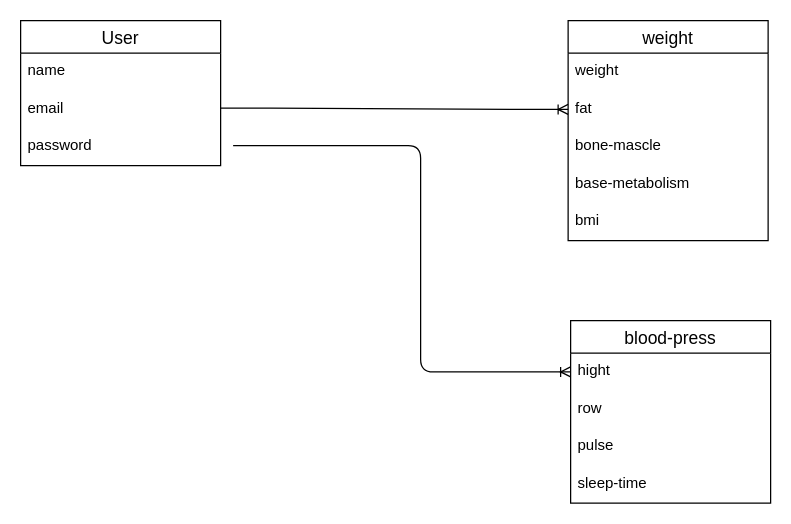
This is ER.dio from shb1204st/weight-blood_press, a draw.io file, before an edit. Source tidied: cells renumbered, new cells numbered last; positions are measured from the earlier drawing's top-left corner, leaving out a move shared by most shapes. Both pictures are drawn from the tidied source at 125%, with x=0, y=0 at pixel (20, 20).
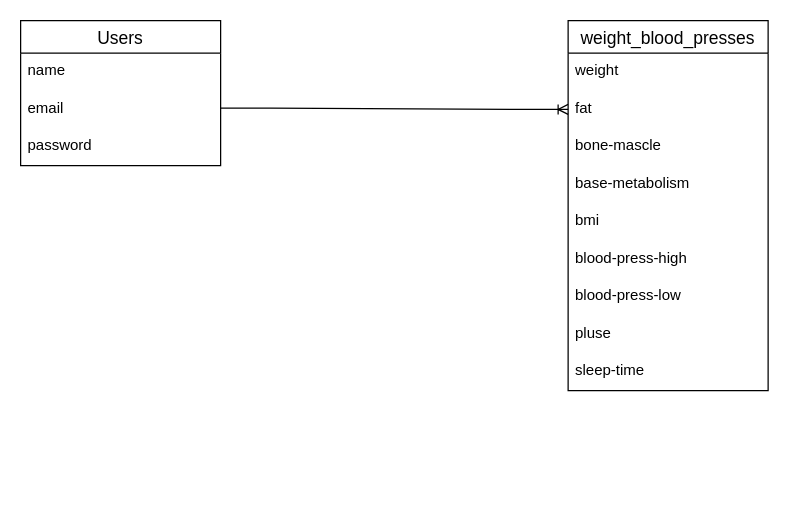
The same diagram, later.

What changed in the source:
```diff
@@
-    <mxCell id="2" value="User" style="swimlane;fontStyle=0;horizontal=1;startSize=26;align=center;fontSize=14;" parent="1" vertex="1">
+    <mxCell id="2" value="Users" style="swimlane;fontStyle=0;horizontal=1;startSize=26;align=center;fontSize=14;" parent="1" vertex="1">
       <mxGeometry width="160" height="116" as="geometry" />
     </mxCell>
@@
-    <mxCell id="6" value="weight" style="swimlane;fontStyle=0;horizontal=1;startSize=26;align=center;fontSize=14;" parent="1" vertex="1">
-      <mxGeometry x="438" width="160" height="176" as="geometry" />
+    <mxCell id="6" value="weight_blood_presses" style="swimlane;fontStyle=0;horizontal=1;startSize=26;align=center;fontSize=14;" parent="1" vertex="1">
+      <mxGeometry x="438" width="160" height="296" as="geometry" />
     </mxCell>
@@
-    <mxCell id="12" value="blood-press" style="swimlane;fontStyle=0;horizontal=1;startSize=26;align=center;fontSize=14;" parent="1" vertex="1">
-      <mxGeometry x="440" y="240" width="160" height="146" as="geometry" />
-    </mxCell>
-    <mxCell id="13" value="hight" style="text;strokeColor=none;fillColor=none;spacingLeft=4;spacingRight=4;overflow=hidden;points=[[0,0.5],[1,0.5]];portConstraint=eastwest;fontSize=12;" parent="12" vertex="1">
-      <mxGeometry y="26" width="160" height="30" as="geometry" />
-    </mxCell>
-    <mxCell id="14" value="row" style="text;strokeColor=none;fillColor=none;spacingLeft=4;spacingRight=4;overflow=hidden;fontSize=12;" parent="12" vertex="1">
-      <mxGeometry y="56" width="160" height="30" as="geometry" />
-    </mxCell>
-    <mxCell id="15" value="pulse" style="text;strokeColor=none;fillColor=none;spacingLeft=4;spacingRight=4;overflow=hidden;fontSize=12;" parent="12" vertex="1">
-      <mxGeometry y="86" width="160" height="30" as="geometry" />
-    </mxCell>
+    <mxCell id="19" value="blood-press-high" style="text;strokeColor=none;fillColor=none;spacingLeft=4;spacingRight=4;overflow=hidden;fontSize=12;" parent="6" vertex="1">
+      <mxGeometry y="176" width="160" height="30" as="geometry" />
+    </mxCell>
+    <mxCell id="20" value="blood-press-low" style="text;strokeColor=none;fillColor=none;spacingLeft=4;spacingRight=4;overflow=hidden;fontSize=12;" parent="6" vertex="1">
+      <mxGeometry y="206" width="160" height="30" as="geometry" />
+    </mxCell>
+    <mxCell id="21" value="pluse" style="text;strokeColor=none;fillColor=none;spacingLeft=4;spacingRight=4;overflow=hidden;fontSize=12;" parent="6" vertex="1">
+      <mxGeometry y="236" width="160" height="30" as="geometry" />
+    </mxCell>
-    <mxCell id="16" value="sleep-time" style="text;strokeColor=none;fillColor=none;spacingLeft=4;spacingRight=4;overflow=hidden;fontSize=12;" parent="12" vertex="1">
-      <mxGeometry y="116" width="160" height="30" as="geometry" />
+    <mxCell id="16" value="sleep-time" style="text;strokeColor=none;fillColor=none;spacingLeft=4;spacingRight=4;overflow=hidden;fontSize=12;" parent="6" vertex="1">
+      <mxGeometry y="266" width="160" height="30" as="geometry" />
     </mxCell>
@@
-    <mxCell id="18" style="edgeStyle=orthogonalEdgeStyle;fontSize=12;html=1;endArrow=ERoneToMany;entryX=0;entryY=0.5;entryDx=0;entryDy=0;" parent="1" edge="1" target="13">
-      <mxGeometry relative="1" as="geometry">
-        <mxPoint x="170" y="100" as="sourcePoint" />
-        <Array as="points">
-          <mxPoint x="320" y="100" />
-          <mxPoint x="320" y="281" />
-        </Array>
-      </mxGeometry>
-    </mxCell>
```
